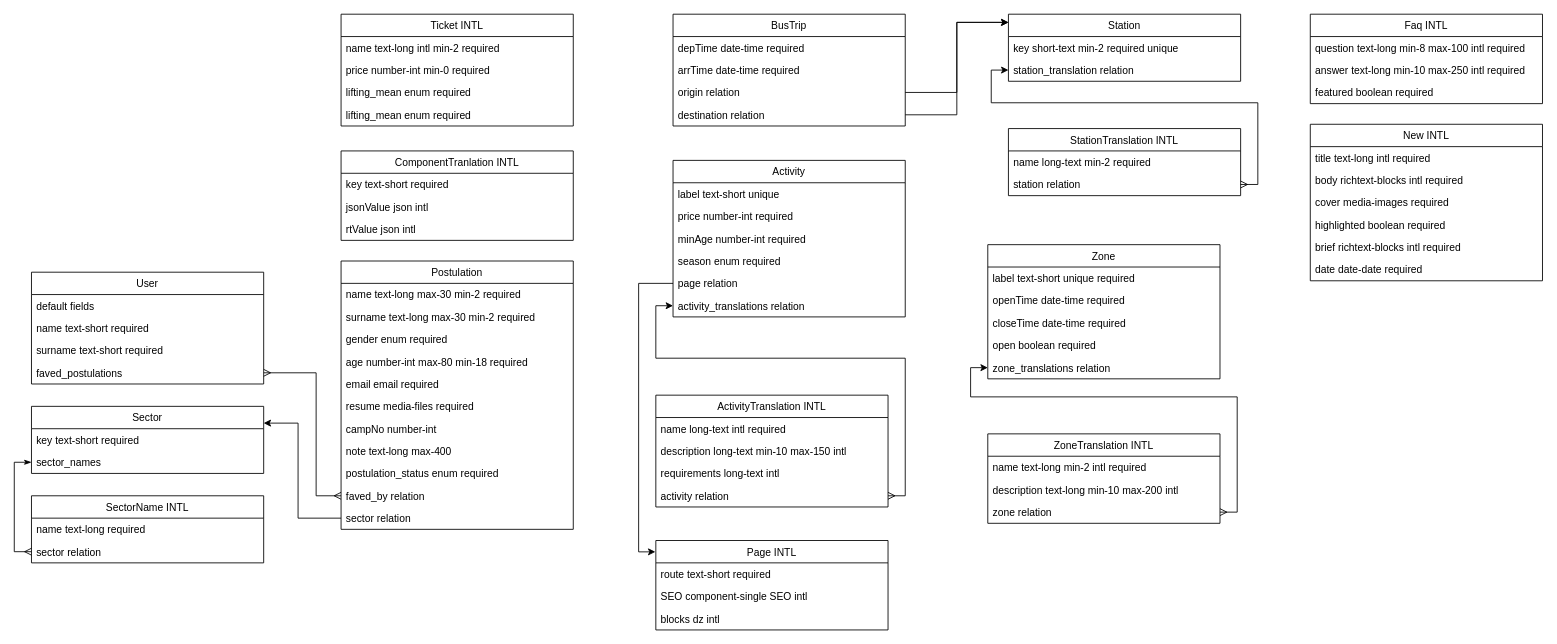
TelefericoCerroOtto/TelefericoBariloche2024 keeps this draw.io diagram as public/DER.drawio. Above is the earlier version. Source tidied: cells renumbered, new cells numbered last; positions are measured from the earlier drawing's top-left corner, leaving out a move shared by most shapes. Both pictures are drawn from the tidied source at 86%, with x=0, y=0 at pixel (31, 14).
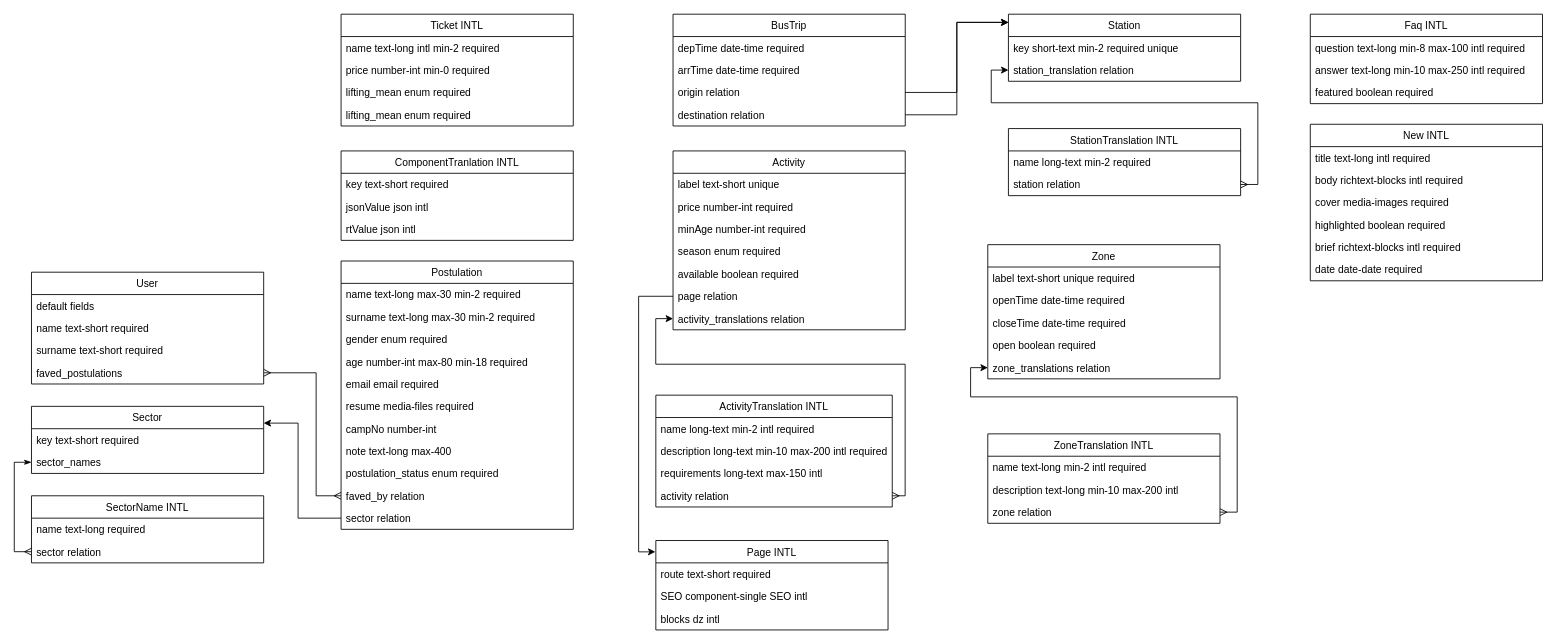
After the change.

Commit message:
feat(root/diagrams): update DER diagram

Change to the diagram source:
```diff
@@
     <mxCell id="2" value="Activity" style="swimlane;fontStyle=0;align=center;verticalAlign=top;horizontal=1;startSize=26;rounded=0;shadow=0;strokeWidth=1;" parent="1" vertex="1">
-      <mxGeometry x="746.1" y="170" width="270" height="182" as="geometry" />
+      <mxGeometry x="746.1" y="159" width="270" height="208" as="geometry" />
     </mxCell>
@@
+    <mxCell id="91" value="available boolean required" style="text;align=left;verticalAlign=top;spacingLeft=4;spacingRight=4;overflow=hidden;rounded=0;shadow=0;html=0;" parent="2" vertex="1">
+      <mxGeometry y="130" width="270" height="26" as="geometry" />
+    </mxCell>
     <mxCell id="7" value="page relation" style="text;align=left;verticalAlign=top;spacingLeft=4;spacingRight=4;overflow=hidden;points=[[0,0.5],[1,0.5]];portConstraint=eastwest;rounded=0;shadow=0;html=0;" parent="2" vertex="1">
-      <mxGeometry y="130" width="270" height="26" as="geometry" />
+      <mxGeometry y="156" width="270" height="26" as="geometry" />
     </mxCell>
     <mxCell id="8" value="activity_translations relation" style="text;align=left;verticalAlign=top;spacingLeft=4;spacingRight=4;overflow=hidden;points=[[0,0.5],[1,0.5]];portConstraint=eastwest;rounded=0;shadow=0;html=0;" parent="2" vertex="1">
-      <mxGeometry y="156" width="270" height="26" as="geometry" />
+      <mxGeometry y="182" width="270" height="26" as="geometry" />
     </mxCell>
@@
     <mxCell id="25" value="ActivityTranslation INTL" style="swimlane;fontStyle=0;align=center;verticalAlign=top;horizontal=1;startSize=26;rounded=0;shadow=0;strokeWidth=1;" parent="1" vertex="1">
-      <mxGeometry x="726.1" y="443" width="270" height="130" as="geometry" />
+      <mxGeometry x="726.1" y="443" width="274.9" height="130" as="geometry" />
     </mxCell>
-    <mxCell id="26" value="name long-text intl required" style="text;align=left;verticalAlign=top;spacingLeft=4;spacingRight=4;overflow=hidden;" parent="25" vertex="1">
-      <mxGeometry y="26" width="270" height="26" as="geometry" />
+    <mxCell id="26" value="name long-text min-2 intl required" style="text;align=left;verticalAlign=top;spacingLeft=4;spacingRight=4;overflow=hidden;" parent="25" vertex="1">
+      <mxGeometry y="26" width="274.9" height="26" as="geometry" />
     </mxCell>
-    <mxCell id="27" value="description long-text min-10 max-150 intl" style="text;align=left;verticalAlign=top;spacingLeft=4;spacingRight=4;overflow=hidden;rounded=0;shadow=0;html=0;" parent="25" vertex="1">
-      <mxGeometry y="52" width="270" height="26" as="geometry" />
+    <mxCell id="27" value="description long-text min-10 max-200 intl required" style="text;align=left;verticalAlign=top;spacingLeft=4;spacingRight=4;overflow=hidden;rounded=0;shadow=0;html=0;" parent="25" vertex="1">
+      <mxGeometry y="52" width="274.9" height="26" as="geometry" />
     </mxCell>
-    <mxCell id="28" value="requirements long-text intl" style="text;align=left;verticalAlign=top;spacingLeft=4;spacingRight=4;overflow=hidden;rounded=0;shadow=0;html=0;" parent="25" vertex="1">
-      <mxGeometry y="78" width="270" height="26" as="geometry" />
+    <mxCell id="28" value="requirements long-text max-150 intl" style="text;align=left;verticalAlign=top;spacingLeft=4;spacingRight=4;overflow=hidden;rounded=0;shadow=0;html=0;" parent="25" vertex="1">
+      <mxGeometry y="78" width="274.9" height="26" as="geometry" />
     </mxCell>
     <mxCell id="29" value="activity relation" style="text;align=left;verticalAlign=top;spacingLeft=4;spacingRight=4;overflow=hidden;points=[[0,0.5],[1,0.5]];portConstraint=eastwest;rounded=0;shadow=0;html=0;" parent="25" vertex="1">
-      <mxGeometry y="104" width="270" height="26" as="geometry" />
+      <mxGeometry y="104" width="274.9" height="26" as="geometry" />
     </mxCell>
-    <mxCell id="30" style="edgeStyle=orthogonalEdgeStyle;rounded=0;jettySize=auto;html=1;entryX=1;entryY=0.5;entryDx=0;entryDy=0;endArrow=ERmany;endFill=0;startArrow=classic;startFill=1;" parent="1" edge="1" source="8" target="29">
-      <mxGeometry relative="1" as="geometry">
-        <Array as="points">
-          <mxPoint x="726.1" y="339" />
-          <mxPoint x="726.1" y="400" />
-          <mxPoint x="1016.1" y="400" />
-          <mxPoint x="1016.1" y="560" />
-        </Array>
-      </mxGeometry>
-    </mxCell>
@@
+    <mxCell id="30" style="edgeStyle=orthogonalEdgeStyle;rounded=0;jettySize=auto;html=1;entryX=1;entryY=0.5;entryDx=0;entryDy=0;endArrow=ERmany;endFill=0;startArrow=classic;startFill=1;" parent="1" edge="1" source="8" target="29">
+      <mxGeometry relative="1" as="geometry">
+        <Array as="points">
+          <mxPoint x="726" y="354" />
+          <mxPoint x="726" y="407" />
+          <mxPoint x="1016" y="407" />
+          <mxPoint x="1016" y="560" />
+        </Array>
+      </mxGeometry>
+    </mxCell>
```
